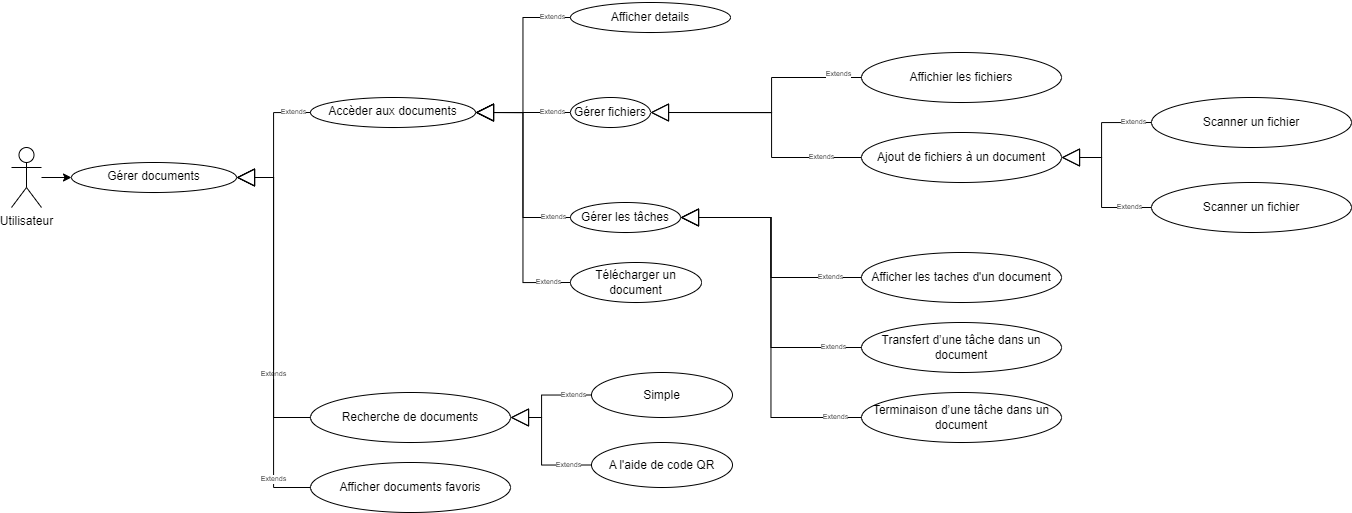
Above: images_pfe/use_case_documents_sprint_3.png in PFE-Neoledge-2023/rapport (draw.io), before the change. Source tidied: cells renumbered, new cells last; positions are measured from the earlier drawing's top-left corner, leaving out a move shared by most shapes.
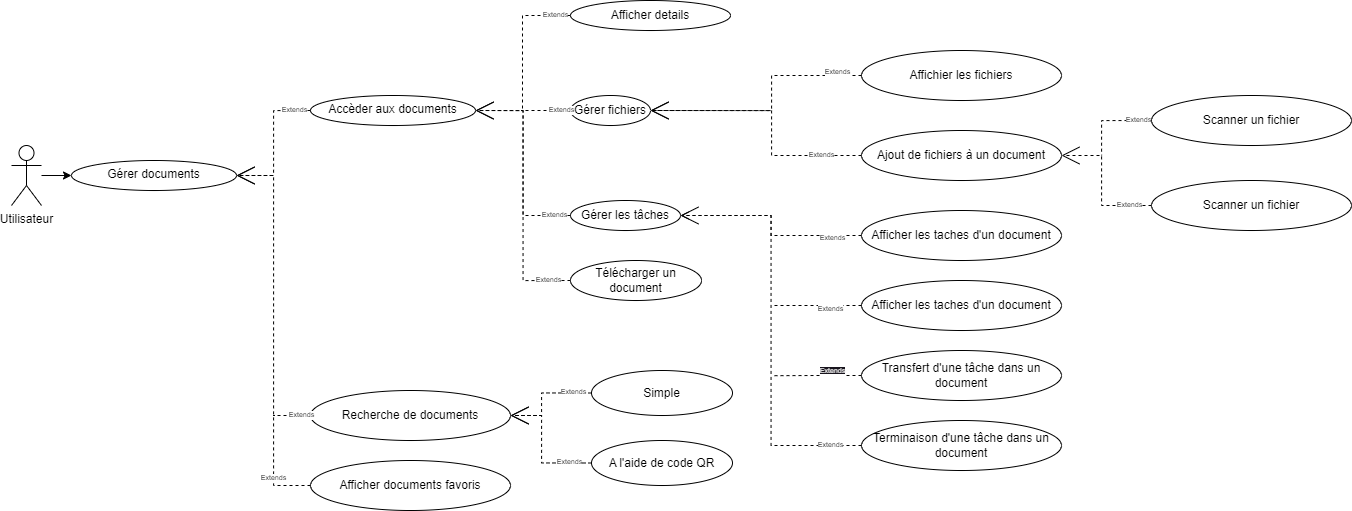
The same file after the commit.

What changed in the source:
```diff
@@ -11,13 +11,15 @@
     <mxCell id="4" value="Accèder aux documents" style="ellipse;whiteSpace=wrap;html=1;verticalAlign=top;" parent="1" vertex="1">
       <mxGeometry x="299" y="95" width="165" height="30" as="geometry" />
     </mxCell>
-    <mxCell id="5" value="Extends" style="endArrow=block;endSize=16;endFill=0;html=1;rounded=0;entryX=1;entryY=0.5;entryDx=0;entryDy=0;exitX=0;exitY=0.5;exitDx=0;exitDy=0;strokeColor=default;edgeStyle=orthogonalEdgeStyle;fontSize=7;" parent="1" edge="1" source="6" target="4">
-      <mxGeometry x="-0.8" relative="1" as="geometry" />
+    <mxCell id="5" value="Extends" style="endArrow=none;endSize=16;endFill=0;html=1;rounded=0;exitX=0;exitY=0.5;exitDx=0;exitDy=0;strokeColor=default;edgeStyle=orthogonalEdgeStyle;fontSize=7;dashed=1;" parent="1" edge="1" source="6">
+      <mxGeometry x="-0.8" relative="1" as="geometry">
+        <mxPoint x="511" y="110" as="targetPoint" />
+      </mxGeometry>
     </mxCell>
     <mxCell id="6" value="&lt;div&gt;Afficher details&lt;/div&gt;" style="ellipse;whiteSpace=wrap;html=1;" parent="1" vertex="1">
       <mxGeometry x="559" width="160" height="30" as="geometry" />
     </mxCell>
-    <mxCell id="7" value="Extends" style="endArrow=block;endSize=16;endFill=0;html=1;rounded=0;exitX=0;exitY=0.5;exitDx=0;exitDy=0;entryX=1;entryY=0.5;entryDx=0;entryDy=0;strokeColor=default;edgeStyle=orthogonalEdgeStyle;fontSize=7;" parent="1" edge="1" source="8" target="13">
+    <mxCell id="7" value="Extends" style="endArrow=open;endSize=16;endFill=0;html=1;rounded=0;exitX=0;exitY=0.5;exitDx=0;exitDy=0;entryX=1;entryY=0.5;entryDx=0;entryDy=0;strokeColor=default;edgeStyle=orthogonalEdgeStyle;fontSize=7;dashed=1;" parent="1" edge="1" source="8" target="13">
       <mxGeometry x="-0.69" relative="1" as="geometry">
         <Array as="points">
           <mxPoint x="760" y="155" />
@@ -34,11 +36,16 @@
     <mxCell id="10" value="Aﬀicher documents favoris" style="ellipse;whiteSpace=wrap;html=1;" parent="1" vertex="1">
       <mxGeometry x="299" y="460" width="200" height="50" as="geometry" />
     </mxCell>
-    <mxCell id="11" value="Terminaison&amp;nbsp;d’une tâche dans&amp;nbsp;&lt;span style=&quot;border-color: var(--border-color); background-color: initial;&quot;&gt;un document&lt;/span&gt;" style="ellipse;whiteSpace=wrap;html=1;" parent="1" vertex="1">
-      <mxGeometry x="850" y="390" width="200" height="50" as="geometry" />
+    <mxCell id="11" value="Terminaison&amp;nbsp;d'une tâche dans&amp;nbsp;&lt;span style=&quot;border-color: var(--border-color); background-color: initial;&quot;&gt;un document&lt;/span&gt;" style="ellipse;whiteSpace=wrap;html=1;" parent="1" vertex="1">
+      <mxGeometry x="850" y="420" width="200" height="50" as="geometry" />
     </mxCell>
+    <mxCell id="37" value="&#10;&lt;span style=&quot;color: rgb(240, 240, 240); font-family: Helvetica; font-size: 7px; font-style: normal; font-variant-ligatures: normal; font-variant-caps: normal; font-weight: 400; letter-spacing: normal; orphans: 2; text-align: center; text-indent: 0px; text-transform: none; widows: 2; word-spacing: 0px; -webkit-text-stroke-width: 0px; background-color: rgb(24, 20, 29); text-decoration-thickness: initial; text-decoration-style: initial; text-decoration-color: initial; float: none; display: inline !important;&quot;&gt;Extends&lt;/span&gt;&#10;&#10;" style="edgeStyle=orthogonalEdgeStyle;rounded=0;html=1;exitX=0;exitY=0.5;exitDx=0;exitDy=0;dashed=1;strokeWidth=1;fontSize=7;endArrow=none;endFill=0;" parent="1" edge="1" source="12">
+      <mxGeometry x="-0.33" relative="1" as="geometry">
+        <mxPoint x="760" y="375.2" as="targetPoint" />
+      </mxGeometry>
+    </mxCell>
-    <mxCell id="12" value="Transfert d’une tâche dans&amp;nbsp;&lt;span style=&quot;border-color: var(--border-color); background-color: initial;&quot;&gt;un document&lt;/span&gt;" style="ellipse;whiteSpace=wrap;html=1;" parent="1" vertex="1">
-      <mxGeometry x="850" y="320" width="200" height="50" as="geometry" />
+    <mxCell id="12" value="Transfert d'une tâche dans&amp;nbsp;&lt;span style=&quot;border-color: var(--border-color); background-color: initial;&quot;&gt;un document&lt;/span&gt;" style="ellipse;whiteSpace=wrap;html=1;" parent="1" vertex="1">
+      <mxGeometry x="850" y="350" width="200" height="50" as="geometry" />
     </mxCell>
     <mxCell id="13" value="Gérer fichiers" style="ellipse;whiteSpace=wrap;html=1;" parent="1" vertex="1">
       <mxGeometry x="559" y="95" width="80" height="30" as="geometry" />
@@ -46,34 +53,37 @@
     <mxCell id="14" value="Gérer les tâches" style="ellipse;whiteSpace=wrap;html=1;" parent="1" vertex="1">
       <mxGeometry x="559" y="200" width="110" height="30" as="geometry" />
     </mxCell>
+    <mxCell id="38" style="edgeStyle=orthogonalEdgeStyle;rounded=0;html=1;exitX=0;exitY=0.5;exitDx=0;exitDy=0;dashed=1;strokeWidth=1;fontSize=7;endArrow=none;endFill=0;" parent="1" edge="1" source="15">
+      <mxGeometry relative="1" as="geometry">
+        <mxPoint x="760" y="305" as="targetPoint" />
+      </mxGeometry>
+    </mxCell>
     <mxCell id="15" value="&lt;div&gt;Afficher les taches d'un document&lt;/div&gt;" style="ellipse;whiteSpace=wrap;html=1;" parent="1" vertex="1">
-      <mxGeometry x="850" y="250" width="200" height="50" as="geometry" />
+      <mxGeometry x="850" y="280" width="200" height="50" as="geometry" />
     </mxCell>
-    <mxCell id="16" value="Extends" style="endArrow=block;endSize=16;endFill=0;html=1;rounded=0;exitX=0;exitY=0.5;exitDx=0;exitDy=0;entryX=1;entryY=0.5;entryDx=0;entryDy=0;strokeColor=default;edgeStyle=orthogonalEdgeStyle;fontSize=7;" parent="1" edge="1" source="11" target="14">
-      <mxGeometry x="-0.87" relative="1" as="geometry" />
+    <mxCell id="16" value="Extends" style="endArrow=open;endSize=16;endFill=0;html=1;rounded=0;exitX=0;exitY=0.5;exitDx=0;exitDy=0;entryX=1;entryY=0.5;entryDx=0;entryDy=0;strokeColor=default;edgeStyle=orthogonalEdgeStyle;fontSize=7;dashed=1;strokeWidth=1;" parent="1" edge="1" source="11" target="14">
+      <mxGeometry x="-0.85" relative="1" as="geometry" />
     </mxCell>
-    <mxCell id="17" value="Extends" style="endArrow=block;endSize=16;endFill=0;html=1;rounded=0;exitX=0;exitY=0.5;exitDx=0;exitDy=0;entryX=1;entryY=0.5;entryDx=0;entryDy=0;strokeColor=default;edgeStyle=orthogonalEdgeStyle;fontSize=7;" parent="1" edge="1" source="12" target="14">
-      <mxGeometry x="-0.83" relative="1" as="geometry" />
-    </mxCell>
-    <mxCell id="18" value="Extends" style="endArrow=block;endSize=16;endFill=0;html=1;rounded=0;exitX=0;exitY=0.5;exitDx=0;exitDy=0;entryX=1;entryY=0.5;entryDx=0;entryDy=0;strokeColor=default;edgeStyle=orthogonalEdgeStyle;fontSize=7;" parent="1" edge="1" source="15" target="14">
-      <mxGeometry x="-0.75" relative="1" as="geometry" />
-    </mxCell>
-    <mxCell id="19" value="Extends" style="endArrow=block;endSize=16;endFill=0;html=1;rounded=0;entryX=1;entryY=0.5;entryDx=0;entryDy=0;exitX=0;exitY=0.5;exitDx=0;exitDy=0;strokeColor=default;edgeStyle=orthogonalEdgeStyle;fontSize=7;" parent="1" edge="1" source="13" target="4">
-      <mxGeometry x="-0.6" relative="1" as="geometry" />
+    <mxCell id="19" value="Extends" style="endArrow=none;endSize=16;endFill=0;html=1;rounded=0;exitX=0;exitY=0.5;exitDx=0;exitDy=0;strokeColor=default;edgeStyle=orthogonalEdgeStyle;fontSize=7;dashed=1;" parent="1" edge="1" source="13">
+      <mxGeometry x="-0.6" relative="1" as="geometry">
+        <mxPoint x="510" y="110" as="targetPoint" />
+      </mxGeometry>
     </mxCell>
-    <mxCell id="20" value="Extends" style="endArrow=block;endSize=16;endFill=0;html=1;rounded=0;entryX=1;entryY=0.5;entryDx=0;entryDy=0;exitX=0;exitY=0.5;exitDx=0;exitDy=0;strokeColor=default;edgeStyle=orthogonalEdgeStyle;fontSize=7;" parent="1" edge="1" source="14" target="4">
+    <mxCell id="20" value="Extends" style="endArrow=open;endSize=16;endFill=0;html=1;rounded=0;entryX=1;entryY=0.5;entryDx=0;entryDy=0;exitX=0;exitY=0.5;exitDx=0;exitDy=0;strokeColor=default;edgeStyle=orthogonalEdgeStyle;fontSize=7;dashed=1;" parent="1" edge="1" source="14" target="4">
       <mxGeometry x="-0.83" relative="1" as="geometry" />
     </mxCell>
-    <mxCell id="21" value="Extends" style="endArrow=block;endSize=16;endFill=0;html=1;rounded=0;entryX=1;entryY=0.5;entryDx=0;entryDy=0;exitX=0;exitY=0.5;exitDx=0;exitDy=0;strokeColor=default;edgeStyle=orthogonalEdgeStyle;fontSize=7;" parent="1" edge="1" source="9" target="25">
-      <mxGeometry x="-0.49" relative="1" as="geometry" />
+    <mxCell id="21" value="Extends" style="endArrow=none;endSize=16;endFill=0;html=1;rounded=0;exitX=0;exitY=0.5;exitDx=0;exitDy=0;strokeColor=default;edgeStyle=orthogonalEdgeStyle;fontSize=7;dashed=1;" parent="1" edge="1" source="9">
+      <mxGeometry x="-0.49" relative="1" as="geometry">
+        <mxPoint x="262" y="415" as="targetPoint" />
+      </mxGeometry>
     </mxCell>
-    <mxCell id="22" value="Extends" style="endArrow=block;endSize=16;endFill=0;html=1;rounded=0;exitX=0;exitY=0.5;exitDx=0;exitDy=0;edgeStyle=orthogonalEdgeStyle;entryX=1;entryY=0.5;entryDx=0;entryDy=0;jumpSize=3;fontSize=7;" parent="1" edge="1" source="10" target="25">
+    <mxCell id="22" value="Extends" style="endArrow=open;endSize=16;endFill=0;html=1;rounded=0;exitX=0;exitY=0.5;exitDx=0;exitDy=0;edgeStyle=orthogonalEdgeStyle;entryX=1;entryY=0.5;entryDx=0;entryDy=0;jumpSize=3;fontSize=7;dashed=1;" parent="1" edge="1" source="10" target="25">
       <mxGeometry x="-0.77" relative="1" as="geometry" />
     </mxCell>
     <mxCell id="23" value="&lt;div&gt;Affichier les fichiers&lt;/div&gt;" style="ellipse;whiteSpace=wrap;html=1;" parent="1" vertex="1">
       <mxGeometry x="850" y="50" width="200" height="50" as="geometry" />
     </mxCell>
-    <mxCell id="24" value="Extends" style="endArrow=block;endSize=16;endFill=0;html=1;rounded=0;exitX=0;exitY=0.5;exitDx=0;exitDy=0;entryX=1;entryY=0.5;entryDx=0;entryDy=0;strokeColor=default;edgeStyle=orthogonalEdgeStyle;fontSize=7;" parent="1" edge="1" source="23" target="13">
+    <mxCell id="24" value="Extends" style="endArrow=open;endSize=16;endFill=0;html=1;rounded=0;exitX=0;exitY=0.5;exitDx=0;exitDy=0;entryX=1;entryY=0.5;entryDx=0;entryDy=0;strokeColor=default;edgeStyle=orthogonalEdgeStyle;fontSize=7;dashed=1;" parent="1" edge="1" source="23" target="13">
       <mxGeometry x="-0.81" y="-3" relative="1" as="geometry">
         <Array as="points">
           <mxPoint x="760" y="75" />
@@ -84,16 +94,16 @@
     <mxCell id="25" value="Gérer documents" style="ellipse;whiteSpace=wrap;html=1;verticalAlign=top;" parent="1" vertex="1">
       <mxGeometry x="60" y="160" width="165" height="30" as="geometry" />
     </mxCell>
-    <mxCell id="26" value="Extends" style="endArrow=block;endSize=16;endFill=0;html=1;rounded=0;exitX=0;exitY=0.5;exitDx=0;exitDy=0;edgeStyle=orthogonalEdgeStyle;entryX=1;entryY=0.5;entryDx=0;entryDy=0;jumpSize=3;fontSize=7;" parent="1" edge="1" source="4" target="25">
+    <mxCell id="26" value="Extends" style="endArrow=open;endSize=16;endFill=0;html=1;rounded=0;exitX=0;exitY=0.5;exitDx=0;exitDy=0;edgeStyle=orthogonalEdgeStyle;entryX=1;entryY=0.5;entryDx=0;entryDy=0;jumpSize=3;fontSize=7;dashed=1;" parent="1" edge="1" source="4" target="25">
       <mxGeometry x="-0.76" relative="1" as="geometry" />
     </mxCell>
-    <mxCell id="27" value="Extends" style="endArrow=block;endSize=16;endFill=0;html=1;rounded=0;entryX=1;entryY=0.5;entryDx=0;entryDy=0;strokeColor=default;edgeStyle=orthogonalEdgeStyle;fontSize=7;exitX=0;exitY=0.5;exitDx=0;exitDy=0;" parent="1" edge="1" source="28" target="4">
+    <mxCell id="27" value="Extends" style="endArrow=open;endSize=16;endFill=0;html=1;rounded=0;entryX=1;entryY=0.5;entryDx=0;entryDy=0;strokeColor=default;edgeStyle=orthogonalEdgeStyle;fontSize=7;exitX=0;exitY=0.5;exitDx=0;exitDy=0;dashed=1;" parent="1" edge="1" source="28" target="4">
       <mxGeometry x="-0.83" relative="1" as="geometry" />
     </mxCell>
     <mxCell id="28" value="Télécharger un document" style="ellipse;whiteSpace=wrap;html=1;" parent="1" vertex="1">
       <mxGeometry x="559" y="260" width="131" height="40" as="geometry" />
     </mxCell>
-    <mxCell id="29" value="Extends" style="endArrow=block;endSize=16;endFill=0;html=1;rounded=0;entryX=1;entryY=0.5;entryDx=0;entryDy=0;strokeColor=default;edgeStyle=orthogonalEdgeStyle;fontSize=7;exitX=0;exitY=0.5;exitDx=0;exitDy=0;" parent="1" edge="1" source="30" target="9">
+    <mxCell id="29" value="Extends" style="endArrow=open;endSize=16;endFill=0;html=1;rounded=0;entryX=1;entryY=0.5;entryDx=0;entryDy=0;strokeColor=default;edgeStyle=orthogonalEdgeStyle;fontSize=7;exitX=0;exitY=0.5;exitDx=0;exitDy=0;dashed=1;" parent="1" edge="1" source="30" target="9">
       <mxGeometry x="-0.65" relative="1" as="geometry">
         <Array as="points">
           <mxPoint x="530" y="463" />
@@ -107,7 +117,7 @@
     <mxCell id="31" value="Simple" style="ellipse;whiteSpace=wrap;html=1;" parent="1" vertex="1">
       <mxGeometry x="580" y="370" width="141" height="45" as="geometry" />
     </mxCell>
-    <mxCell id="32" value="Extends" style="endArrow=block;endSize=16;endFill=0;html=1;rounded=0;entryX=1;entryY=0.5;entryDx=0;entryDy=0;strokeColor=default;edgeStyle=orthogonalEdgeStyle;fontSize=7;exitX=0;exitY=0.5;exitDx=0;exitDy=0;" parent="1" edge="1" source="31" target="9">
+    <mxCell id="32" value="Extends" style="endArrow=open;endSize=16;endFill=0;html=1;rounded=0;entryX=1;entryY=0.5;entryDx=0;entryDy=0;strokeColor=default;edgeStyle=orthogonalEdgeStyle;fontSize=7;exitX=0;exitY=0.5;exitDx=0;exitDy=0;dashed=1;" parent="1" edge="1" source="31" target="9">
       <mxGeometry x="-0.65" relative="1" as="geometry">
         <Array as="points">
           <mxPoint x="530" y="393" />
@@ -115,7 +125,7 @@
         </Array>
       </mxGeometry>
     </mxCell>
-    <mxCell id="33" value="Extends" style="endArrow=block;endSize=16;endFill=0;html=1;rounded=0;exitX=0;exitY=0.5;exitDx=0;exitDy=0;strokeColor=default;edgeStyle=orthogonalEdgeStyle;fontSize=7;entryX=1;entryY=0.5;entryDx=0;entryDy=0;startArrow=none;" parent="1" edge="1" source="34" target="8">
+    <mxCell id="33" value="Extends" style="endArrow=open;endSize=16;endFill=0;html=1;rounded=0;exitX=0;exitY=0.5;exitDx=0;exitDy=0;strokeColor=default;edgeStyle=orthogonalEdgeStyle;fontSize=7;entryX=1;entryY=0.5;entryDx=0;entryDy=0;startArrow=none;dashed=1;" parent="1" edge="1" source="34" target="8">
       <mxGeometry x="-0.69" relative="1" as="geometry">
         <Array as="points">
           <mxPoint x="1090" y="205" />
@@ -129,13 +139,30 @@
     <mxCell id="35" value="&lt;div&gt;Scanner un fichier&lt;/div&gt;" style="ellipse;whiteSpace=wrap;html=1;" parent="1" vertex="1">
       <mxGeometry x="1140" y="95" width="200" height="50" as="geometry" />
     </mxCell>
-    <mxCell id="36" value="Extends" style="endArrow=block;endSize=16;endFill=0;html=1;rounded=0;exitX=0;exitY=0.5;exitDx=0;exitDy=0;strokeColor=default;edgeStyle=orthogonalEdgeStyle;fontSize=7;entryX=1;entryY=0.5;entryDx=0;entryDy=0;startArrow=none;" parent="1" edge="1" source="35" target="8">
+    <mxCell id="36" value="Extends" style="endArrow=none;endSize=16;endFill=0;html=1;rounded=0;exitX=0;exitY=0.5;exitDx=0;exitDy=0;strokeColor=default;edgeStyle=orthogonalEdgeStyle;fontSize=7;startArrow=none;dashed=1;" parent="1" edge="1" source="35">
       <mxGeometry x="-0.69" relative="1" as="geometry">
+        <mxPoint x="1090" y="155" as="targetPoint" />
         <Array as="points">
           <mxPoint x="1090" y="120" />
           <mxPoint x="1090" y="155" />
         </Array>
       </mxGeometry>
     </mxCell>
+    <mxCell id="39" style="edgeStyle=orthogonalEdgeStyle;html=1;exitX=0;exitY=0.5;exitDx=0;exitDy=0;entryX=1;entryY=0.5;entryDx=0;entryDy=0;rounded=0;dashed=1;endArrow=open;endFill=0;strokeWidth=1;" parent="1" edge="1" source="41" target="14">
+      <mxGeometry relative="1" as="geometry" />
+    </mxCell>
+    <mxCell id="40" value="&lt;font style=&quot;font-size: 7px;&quot;&gt;Extends&lt;/font&gt;" style="edgeLabel;html=1;align=center;verticalAlign=middle;" parent="39" vertex="1">
+      <mxGeometry x="-0.58" y="1" relative="1" as="geometry">
+        <mxPoint x="12" y="-1" as="offset" />
+      </mxGeometry>
+    </mxCell>
+    <mxCell id="41" value="&lt;div&gt;Afficher les taches d'un document&lt;/div&gt;" style="ellipse;whiteSpace=wrap;html=1;" parent="1" vertex="1">
+      <mxGeometry x="850" y="210" width="200" height="50" as="geometry" />
+    </mxCell>
+    <mxCell id="42" value="&lt;font style=&quot;font-size: 7px;&quot;&gt;Extends&lt;/font&gt;" style="edgeLabel;html=1;align=center;verticalAlign=middle;" parent="1" vertex="1">
+      <mxGeometry x="830" y="250" as="geometry">
+        <mxPoint x="-12" y="56" as="offset" />
+      </mxGeometry>
+    </mxCell>
   </root>
 </mxGraphModel>
```
